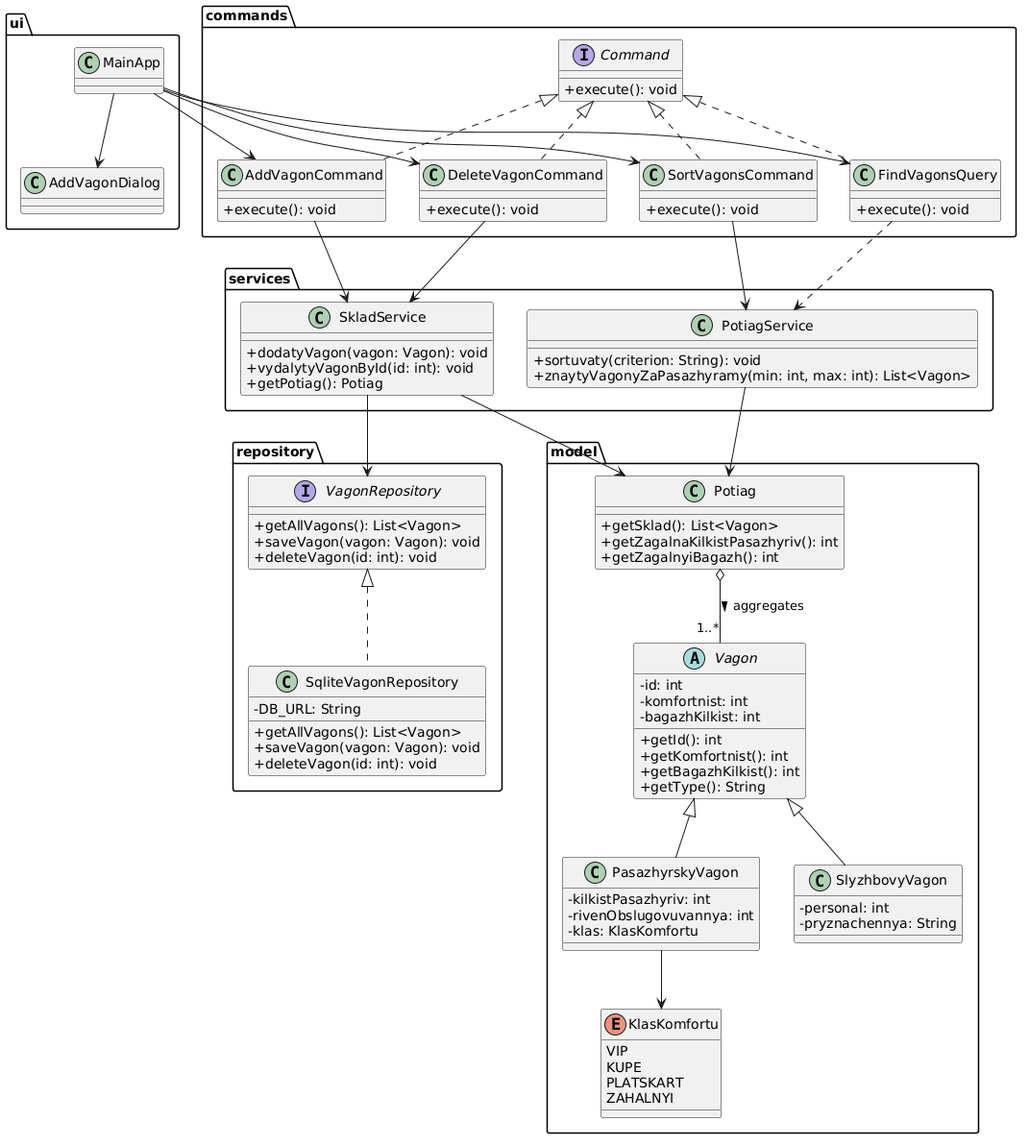
The PlantUML diagram diagrams/Class Diagram.png in dmyrkoo/Java-Coursework-Railway, before a commit. Its diagram source:
```plantuml
@startuml
skinparam classAttributeIconSize 0

package "ui" {
    class MainApp
    class AddVagonDialog
}

package "commands" {
    interface Command {
        +execute(): void
    }
    class AddVagonCommand {
        +execute(): void
    }
    class DeleteVagonCommand {
        +execute(): void
    }
    class SortVagonsCommand {
        +execute(): void
    }
    class FindVagonsQuery {
        +execute(): void
    }
}

package "services" {
    class SkladService {
        +dodatyVagon(vagon: Vagon): void
        +vydalytyVagonById(id: int): void
        +getPotiag(): Potiag
    }
    class PotiagService {
        +sortuvaty(criterion: String): void
        +znaytyVagonyZaPasazhyramy(min: int, max: int): List<Vagon>
    }
}

package "repository" {
    interface VagonRepository {
        +getAllVagons(): List<Vagon>
        +saveVagon(vagon: Vagon): void
        +deleteVagon(id: int): void
    }
    class SqliteVagonRepository {
        -DB_URL: String
        +getAllVagons(): List<Vagon>
        +saveVagon(vagon: Vagon): void
        +deleteVagon(id: int): void
    }
}

package "model" {
    class Potiag {
        +getSklad(): List<Vagon>
        +getZagalnaKilkistPasazhyriv(): int
        +getZagalnyiBagazh(): int
    }
    abstract class Vagon {
        -id: int
        -komfortnist: int
        -bagazhKilkist: int
        +getId(): int
        +getKomfortnist(): int
        +getBagazhKilkist(): int
        +getType(): String
    }
    class PasazhyrskyVagon {
        -kilkistPasazhyriv: int
        -rivenObslugovuvannya: int
        -klas: KlasKomfortu
    }
    class SlyzhbovyVagon {
        -personal: int
        -pryznachennya: String
    }
    enum KlasKomfortu {
        VIP
        KUPE
        PLATSKART
        ZAHALNYI
    }
}

MainApp --> AddVagonDialog
MainApp --> AddVagonCommand
MainApp --> DeleteVagonCommand
MainApp --> SortVagonsCommand
MainApp --> FindVagonsQuery

Command <|.. AddVagonCommand
Command <|.. DeleteVagonCommand
Command <|.. SortVagonsCommand
Command <|.. FindVagonsQuery

AddVagonCommand --> SkladService
DeleteVagonCommand --> SkladService
SortVagonsCommand --> PotiagService
FindVagonsQuery ..> PotiagService

SkladService --> VagonRepository
SkladService --> Potiag
PotiagService --> Potiag

VagonRepository <|.. SqliteVagonRepository

Potiag o-- "1..*" Vagon : aggregates >
Vagon <|-- PasazhyrskyVagon
Vagon <|-- SlyzhbovyVagon
PasazhyrskyVagon --> KlasKomfortu
@enduml
```
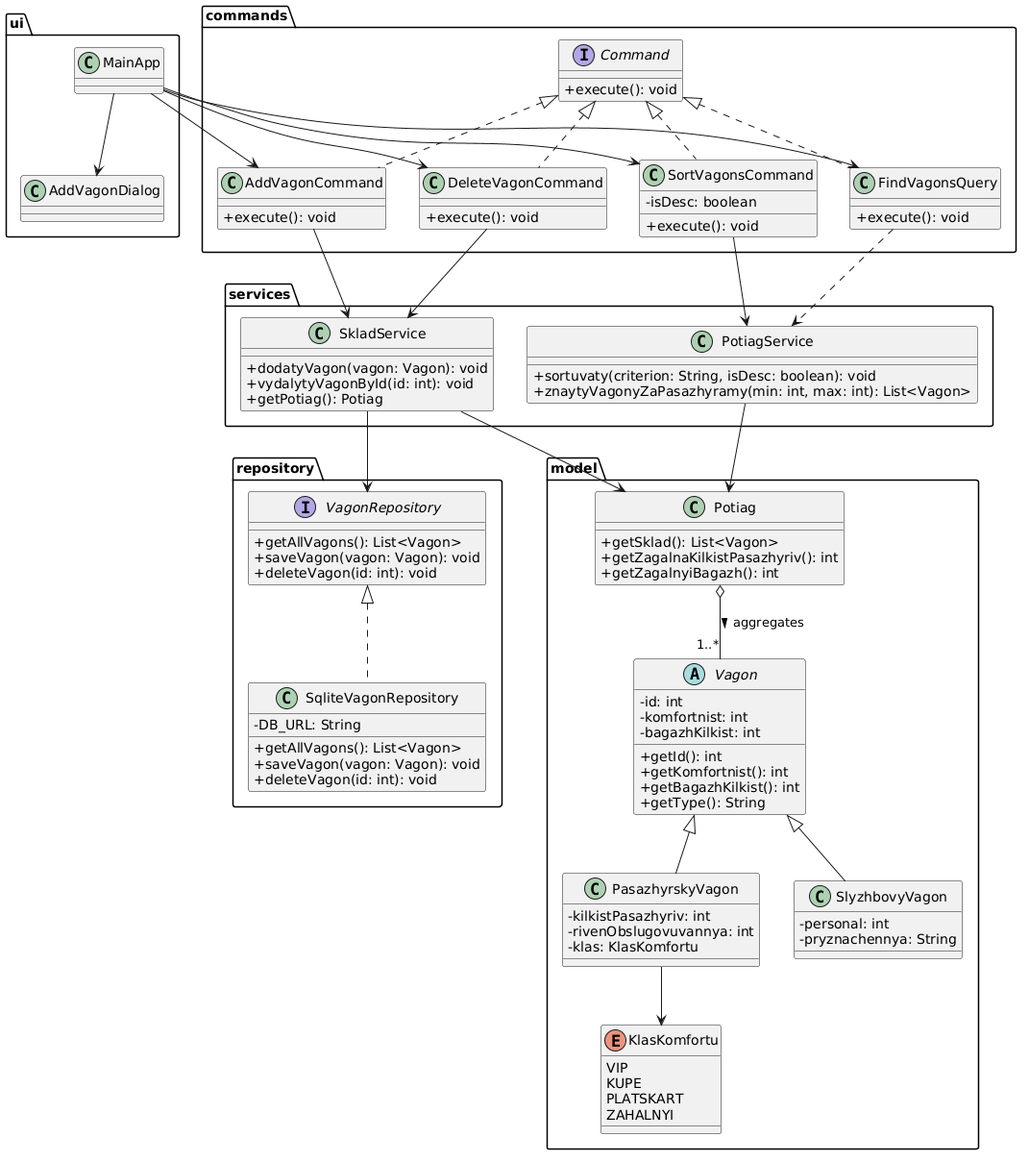
After the change.

The edit, as a diff of the source:
```diff
@@ -17,6 +17,7 @@
         +execute(): void
     }
     class SortVagonsCommand {
+        -isDesc: boolean
         +execute(): void
     }
     class FindVagonsQuery {
@@ -31,7 +32,7 @@
         +getPotiag(): Potiag
     }
     class PotiagService {
-        +sortuvaty(criterion: String): void
+        +sortuvaty(criterion: String, isDesc: boolean): void
         +znaytyVagonyZaPasazhyramy(min: int, max: int): List<Vagon>
     }
 }
```
